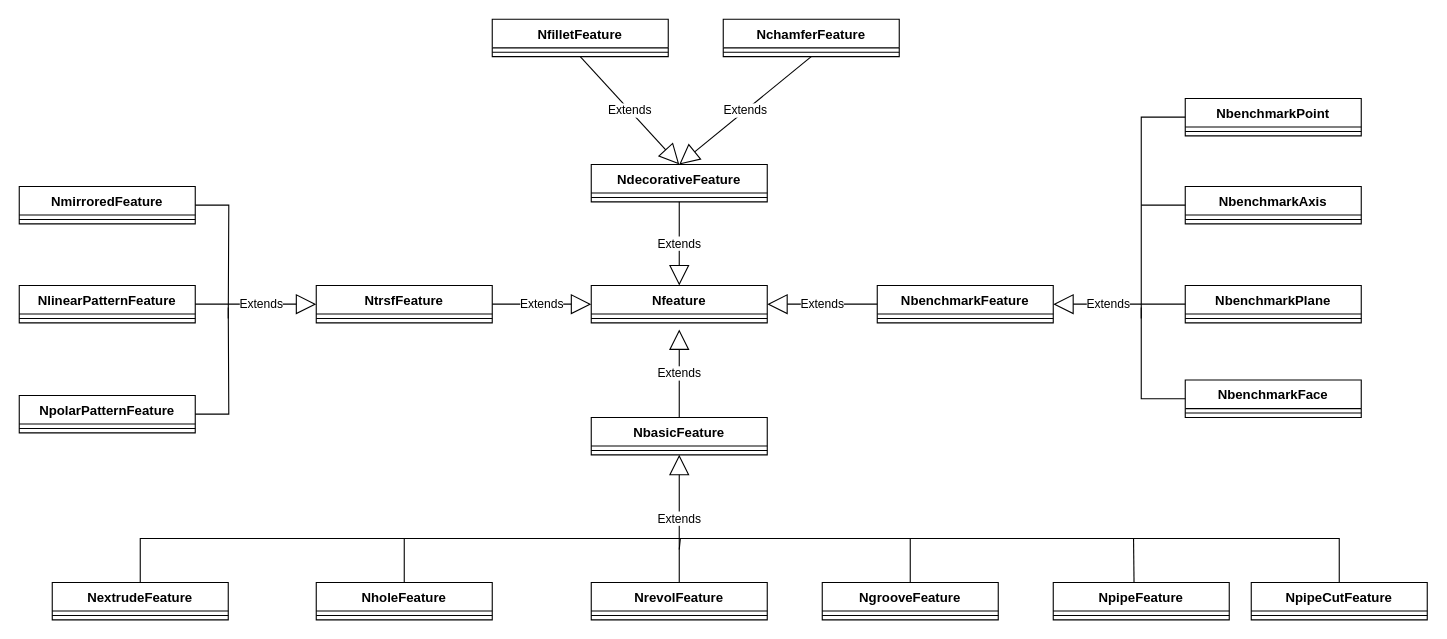
Earlier version of the draw.io diagram 类图简单版.drawio (liuhuliuhu123/First-test). Source tidied: cells renumbered, new cells numbered last; positions are measured from the earlier drawing's top-left corner, leaving out a move shared by most shapes. Both pictures are drawn from the tidied source at 110%, with x=0, y=0 at pixel (19, 19).
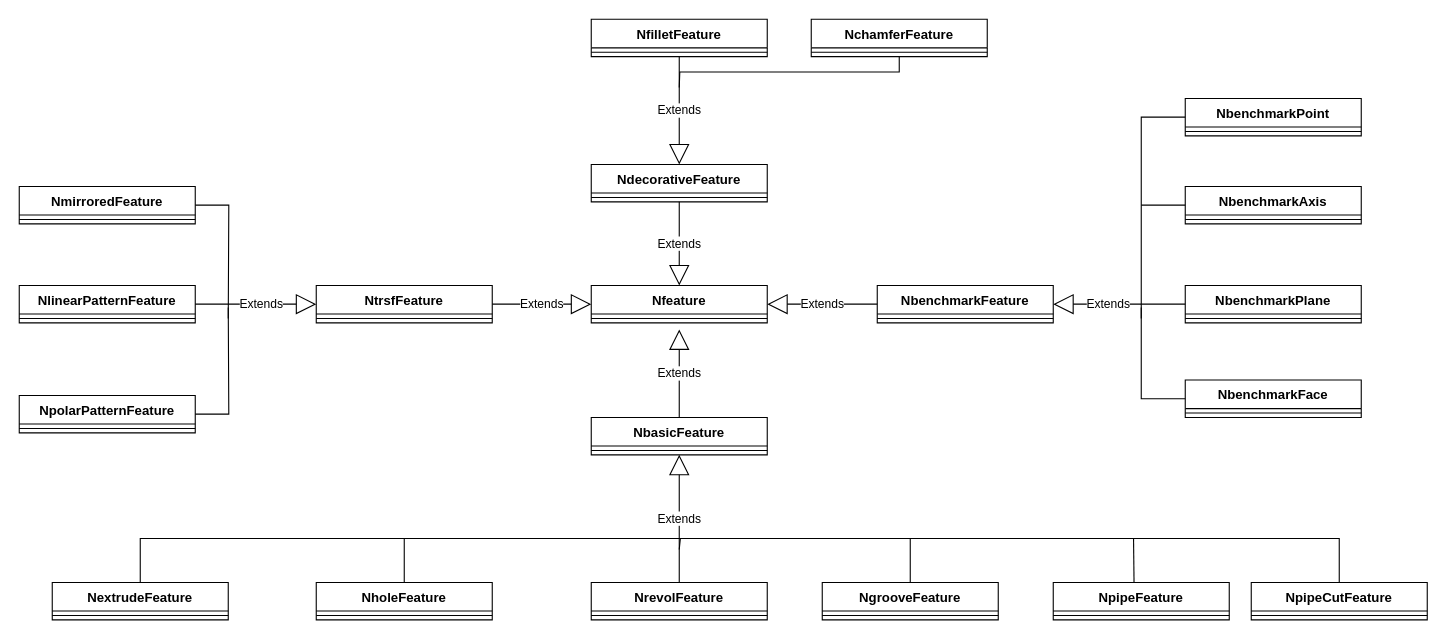
The same page after the edit.

Commit message (it also covers changes not shown here):
更新类图简单版.drawio

Unchanged cells that the change refers to:
```xml
<mxCell id="4" value="NdecorativeFeature" style="swimlane;fontStyle=1;align=center;verticalAlign=top;horizontal=1;startSize=26;whiteSpace=wrap;html=1;" parent="1" vertex="1">
  <mxGeometry x="520" y="132" width="160" height="34" as="geometry" />
</mxCell>
```

What changed in the source:
```diff
@@
     <mxCell id="6" value="NchamferFeature" style="swimlane;fontStyle=1;align=center;verticalAlign=top;horizontal=1;startSize=26;whiteSpace=wrap;html=1;" parent="1" vertex="1">
-      <mxGeometry x="640" width="160" height="34" as="geometry" />
+      <mxGeometry x="720" width="160" height="34" as="geometry" />
     </mxCell>
@@
     <mxCell id="8" value="NfilletFeature" style="swimlane;fontStyle=1;align=center;verticalAlign=top;horizontal=1;startSize=26;whiteSpace=wrap;html=1;" parent="1" vertex="1">
-      <mxGeometry x="430" width="160" height="34" as="geometry" />
+      <mxGeometry x="520" width="160" height="34" as="geometry" />
     </mxCell>
@@
-    <mxCell id="43" value="Extends" style="endArrow=block;endSize=16;endFill=0;html=1;rounded=0;exitX=0.5;exitY=1;exitDx=0;exitDy=0;entryX=0.5;entryY=0;entryDx=0;entryDy=0;" parent="1" edge="1" source="6" target="4">
-      <mxGeometry relative="1" as="geometry" />
-    </mxCell>
@@
+    <mxCell id="61" style="endArrow=none;html=1;rounded=0;exitX=0.5;exitY=1;exitDx=0;exitDy=0;edgeStyle=orthogonalEdgeStyle;" parent="1" edge="1" source="6">
+      <mxGeometry relative="1" as="geometry">
+        <mxPoint x="600" y="62" as="targetPoint" />
+      </mxGeometry>
+    </mxCell>
```
